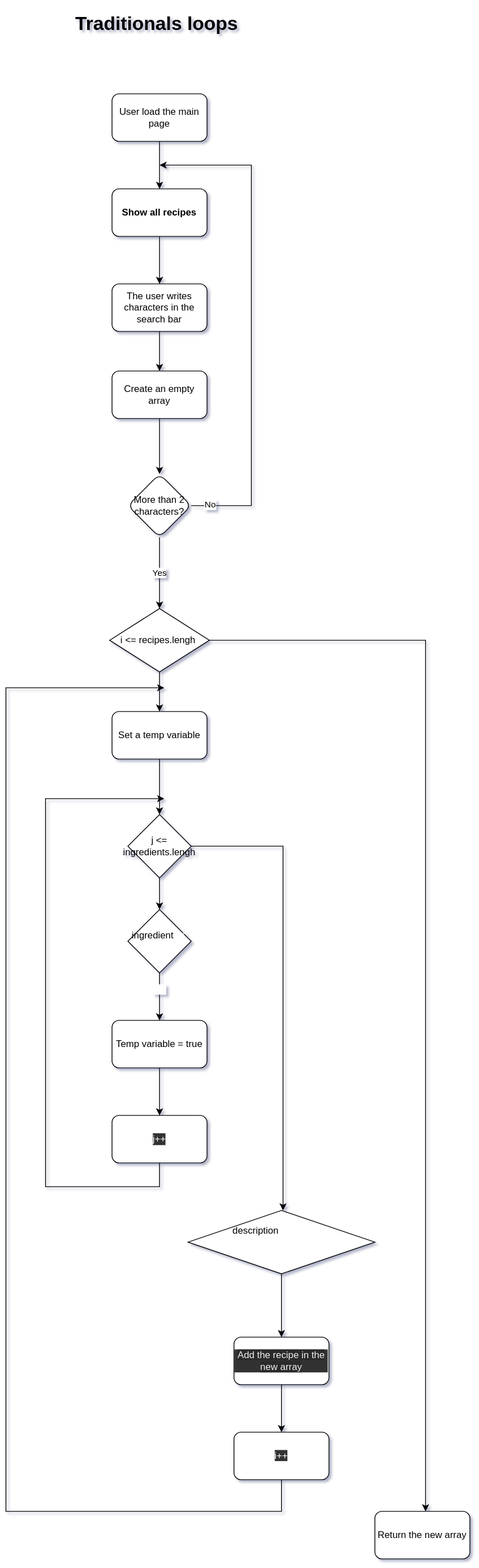
Before: filterByKeyword.svg, a diagram exported from draw.io (nitatemic/Les-Petits-Plats_Alexandre_de_lemeny_makedone_202207). Source tidied: cells renumbered, new cells last; positions are measured from the earlier drawing's top-left corner, leaving out a move shared by most shapes.
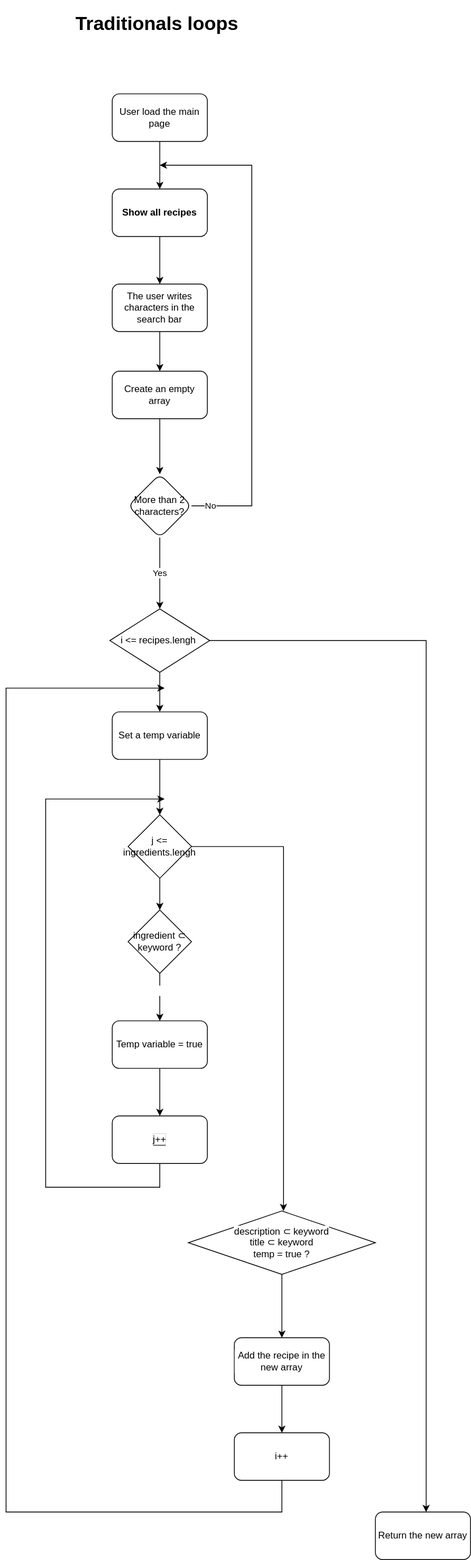
The same diagram one commit later.

Commit message:
Mettre à jour filterByKeyword.svg

What changed in the source:
```diff
@@ -1,4 +1,4 @@
-<mxGraphModel shadow="1">
+<mxGraphModel>
   <root>
     <mxCell id="0" />
     <mxCell id="1" parent="0" />
@@ -94,17 +94,20 @@
     <mxCell id="27" value="Yes" style="edgeLabel;html=1;align=center;verticalAlign=middle;fontColor=#FFFFFF;" parent="26" vertex="1">
       <mxGeometry x="-0.3" relative="1" as="geometry" />
     </mxCell>
-    <mxCell id="28" value="ingredient&amp;nbsp;&lt;span style=&quot;color: rgb(255 , 255 , 255) ; text-align: left&quot;&gt;⊂ keyword ?&lt;/span&gt;" style="rhombus;whiteSpace=wrap;html=1;" parent="1" vertex="1">
+    <mxCell id="28" value="ingredient&amp;nbsp;&lt;span style=&quot;text-align: left;&quot;&gt;⊂ keyword ?&lt;/span&gt;" style="rhombus;whiteSpace=wrap;html=1;" parent="1" vertex="1">
       <mxGeometry x="154" y="1138" width="80" height="80" as="geometry" />
     </mxCell>
-    <mxCell id="29" style="edgeStyle=orthogonalEdgeStyle;rounded=0;jettySize=auto;html=1;fontColor=#FFFFFF;" parent="1" edge="1" source="30" target="36">
-      <mxGeometry relative="1" as="geometry" />
+    <mxCell id="29" style="edgeStyle=orthogonalEdgeStyle;rounded=0;jettySize=auto;html=1;fontColor=#FFFFFF;" parent="1" edge="1" source="30">
+      <mxGeometry relative="1" as="geometry">
+        <mxPoint x="348" y="1678" as="targetPoint" />
+      </mxGeometry>
     </mxCell>
-    <mxCell id="30" value="description&amp;nbsp;&lt;span style=&quot;color: rgb(255 , 255 , 255) ; text-align: left&quot;&gt;⊂ keyword&lt;br&gt;title&amp;nbsp;&lt;/span&gt;&lt;span style=&quot;color: rgb(255 , 255 , 255) ; text-align: left&quot;&gt;⊂ keyword&lt;br&gt;&lt;/span&gt;&lt;span style=&quot;color: rgb(255 , 255 , 255) ; text-align: left&quot;&gt;temp = true ?&lt;br&gt;&lt;/span&gt;" style="rhombus;whiteSpace=wrap;html=1;" parent="1" vertex="1">
+    <mxCell id="30" value="&lt;span style=&quot;background-color: rgb(255, 255, 255);&quot;&gt;description&amp;nbsp;&lt;span style=&quot;text-align: left;&quot;&gt;⊂ keyword&lt;br&gt;title&amp;nbsp;&lt;/span&gt;&lt;span style=&quot;text-align: left;&quot;&gt;⊂ keyword&lt;br&gt;&lt;/span&gt;&lt;/span&gt;&lt;span style=&quot;text-align: left;&quot;&gt;&lt;span style=&quot;background-color: rgb(255, 255, 255);&quot;&gt;temp = true ?&lt;/span&gt;&lt;br&gt;&lt;/span&gt;" style="rhombus;whiteSpace=wrap;html=1;" parent="1" vertex="1">
       <mxGeometry x="230" y="1518" width="236" height="80" as="geometry" />
     </mxCell>
-    <mxCell id="31" style="edgeStyle=orthogonalEdgeStyle;rounded=0;jettySize=auto;html=1;fontColor=#FFFFFF;" parent="1" edge="1" source="32">
+    <mxCell id="31" style="edgeStyle=orthogonalEdgeStyle;rounded=0;orthogonalLoop=1;jettySize=auto;html=1;fontColor=#FFFFFF;" parent="1" edge="1">
       <mxGeometry relative="1" as="geometry">
+        <mxPoint x="348" y="1858" as="sourcePoint" />
         <mxPoint x="200" y="858" as="targetPoint" />
         <Array as="points">
           <mxPoint x="348" y="1898" />
@@ -113,9 +116,6 @@
         </Array>
       </mxGeometry>
     </mxCell>
-    <mxCell id="32" value="&lt;span style=&quot;background-color: rgb(51 , 51 , 51)&quot;&gt;i++&lt;/span&gt;" style="rounded=1;whiteSpace=wrap;html=1;labelBackgroundColor=#FFFFFF;fontColor=#FFFFFF;" parent="1" vertex="1">
-      <mxGeometry x="288" y="1798" width="120" height="60" as="geometry" />
-    </mxCell>
     <mxCell id="33" style="edgeStyle=orthogonalEdgeStyle;rounded=0;jettySize=auto;html=1;fontColor=#FFFFFF;" parent="1" edge="1" source="34">
       <mxGeometry relative="1" as="geometry">
         <mxPoint x="200" y="998" as="targetPoint" />
@@ -126,14 +126,20 @@
         </Array>
       </mxGeometry>
     </mxCell>
-    <mxCell id="34" value="j++" style="rounded=1;whiteSpace=wrap;html=1;labelBackgroundColor=#333333;fontColor=#FFFFFF;" parent="1" vertex="1">
+    <mxCell id="34" value="&lt;font style=&quot;background-color: rgb(255, 255, 255);&quot; color=&quot;#000000&quot;&gt;j++&lt;/font&gt;" style="rounded=1;whiteSpace=wrap;html=1;labelBackgroundColor=#333333;fontColor=#FFFFFF;" parent="1" vertex="1">
       <mxGeometry x="134" y="1398" width="120" height="60" as="geometry" />
     </mxCell>
-    <mxCell id="35" style="edgeStyle=orthogonalEdgeStyle;rounded=0;jettySize=auto;html=1;fontColor=#FFFFFF;" parent="1" edge="1" source="36" target="32">
-      <mxGeometry relative="1" as="geometry" />
+    <mxCell id="35" style="edgeStyle=orthogonalEdgeStyle;rounded=0;orthogonalLoop=1;jettySize=auto;html=1;fontColor=#FFFFFF;" parent="1" edge="1">
+      <mxGeometry relative="1" as="geometry">
+        <mxPoint x="348" y="1738" as="sourcePoint" />
+        <mxPoint x="348" y="1798" as="targetPoint" />
+      </mxGeometry>
     </mxCell>
-    <mxCell id="36" value="&lt;span style=&quot;color: rgb(240 , 240 , 240) ; background-color: rgb(42 , 42 , 42)&quot;&gt;Add the recipe in the new array&lt;/span&gt;" style="rounded=1;whiteSpace=wrap;html=1;labelBackgroundColor=#333333;fontColor=#FFFFFF;" parent="1" vertex="1">
+    <mxCell id="36" value="Add the recipe in the new array" style="rounded=1;whiteSpace=wrap;html=1;labelBackgroundColor=#FFFFFF;fontColor=#000000;fillColor=default;" parent="1" vertex="1">
       <mxGeometry x="288" y="1678" width="120" height="60" as="geometry" />
     </mxCell>
+    <mxCell id="32" value="i++" style="rounded=1;whiteSpace=wrap;html=1;labelBackgroundColor=#FFFFFF;fontColor=#000000;fillColor=default;" parent="1" vertex="1">
+      <mxGeometry x="288" y="1798" width="120" height="60" as="geometry" />
+    </mxCell>
   </root>
 </mxGraphModel>
```
